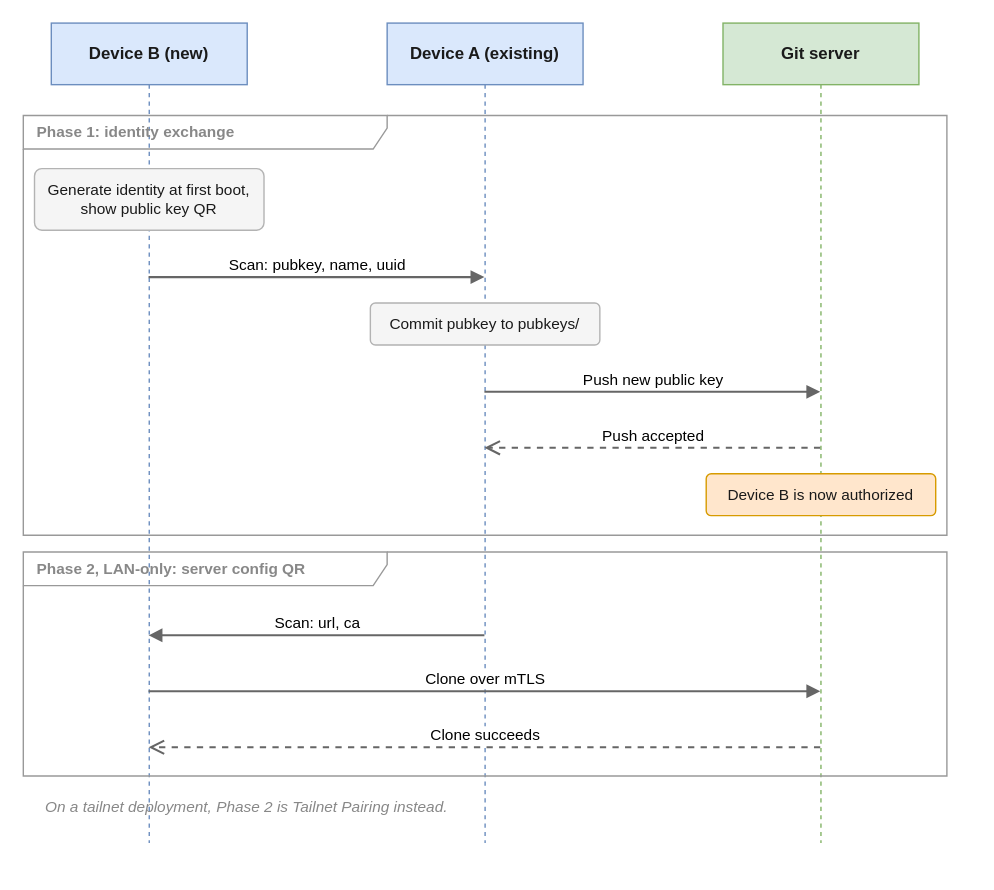
The draw.io diagram docs/docs/gitdb/device-onboarding/device-linking.drawio.svg in mr-andreas/replycant, before a commit. Source tidied: cells renumbered, new cells last; positions are measured from the earlier drawing's top-left corner, leaving out a move shared by most shapes. Its diagram source:
```xml
<mxGraphModel background="#ffffff">
  <root>
    <mxCell id="0" />
    <mxCell id="1" parent="0" />
    <mxCell id="2" value="Device B (new)" style="shape=umlLifeline;perimeter=lifelinePerimeter;whiteSpace=wrap;html=1;size=44;fillColor=#dae8fc;strokeColor=#6c8ebf;fontColor=#1a1a1a;fontStyle=1;fontSize=12;" parent="1" vertex="1">
      <mxGeometry x="20" width="140" height="586" as="geometry" />
    </mxCell>
    <mxCell id="3" value="Device A (existing)" style="shape=umlLifeline;perimeter=lifelinePerimeter;whiteSpace=wrap;html=1;size=44;fillColor=#dae8fc;strokeColor=#6c8ebf;fontColor=#1a1a1a;fontStyle=1;fontSize=12;" parent="1" vertex="1">
      <mxGeometry x="260" width="140" height="586" as="geometry" />
    </mxCell>
    <mxCell id="4" value="Git server" style="shape=umlLifeline;perimeter=lifelinePerimeter;whiteSpace=wrap;html=1;size=44;fillColor=#d5e8d4;strokeColor=#82b366;fontColor=#1a1a1a;fontStyle=1;fontSize=12;" parent="1" vertex="1">
      <mxGeometry x="500" width="140" height="586" as="geometry" />
    </mxCell>
    <mxCell id="5" value="Generate identity at first boot,&lt;br&gt;show public key QR" style="rounded=1;arcSize=12;whiteSpace=wrap;html=1;fillColor=#f5f5f5;strokeColor=#b3b3b3;fontColor=#1a1a1a;fontSize=11;" parent="1" vertex="1">
      <mxGeometry x="8" y="104" width="164" height="44" as="geometry" />
    </mxCell>
    <mxCell id="6" value="Scan: pubkey, name, uuid" style="html=1;verticalAlign=bottom;fontSize=11;labelBackgroundColor=default;strokeColor=#666666;strokeWidth=1.5;endArrow=block;endFill=1;" parent="1" edge="1">
      <mxGeometry relative="1" as="geometry">
        <mxPoint x="90" y="182" as="sourcePoint" />
        <mxPoint x="330" y="182" as="targetPoint" />
      </mxGeometry>
    </mxCell>
    <mxCell id="7" value="Commit pubkey to pubkeys/" style="rounded=1;arcSize=12;whiteSpace=wrap;html=1;fillColor=#f5f5f5;strokeColor=#b3b3b3;fontColor=#1a1a1a;fontSize=11;" parent="1" vertex="1">
      <mxGeometry x="248" y="200" width="164" height="30" as="geometry" />
    </mxCell>
    <mxCell id="8" value="Push new public key" style="html=1;verticalAlign=bottom;fontSize=11;labelBackgroundColor=default;strokeColor=#666666;strokeWidth=1.5;endArrow=block;endFill=1;" parent="1" edge="1">
      <mxGeometry relative="1" as="geometry">
        <mxPoint x="330" y="264" as="sourcePoint" />
        <mxPoint x="570" y="264" as="targetPoint" />
      </mxGeometry>
    </mxCell>
    <mxCell id="9" value="Push accepted" style="html=1;verticalAlign=bottom;fontSize=11;labelBackgroundColor=default;strokeColor=#666666;strokeWidth=1.5;dashed=1;endArrow=open;endSize=8;" parent="1" edge="1">
      <mxGeometry relative="1" as="geometry">
        <mxPoint x="570" y="304" as="sourcePoint" />
        <mxPoint x="330" y="304" as="targetPoint" />
      </mxGeometry>
    </mxCell>
    <mxCell id="10" value="Device B is now authorized" style="rounded=1;arcSize=12;whiteSpace=wrap;html=1;fillColor=#ffe6cc;strokeColor=#d79b00;fontColor=#1a1a1a;fontSize=11;" parent="1" vertex="1">
      <mxGeometry x="488" y="322" width="164" height="30" as="geometry" />
    </mxCell>
    <mxCell id="11" value="Phase 1: identity exchange" style="shape=umlFrame;whiteSpace=wrap;html=1;width=260;height=24;fillColor=none;strokeColor=#999999;fontColor=#888888;fontSize=11;fontStyle=1;align=left;spacingLeft=8;" parent="1" vertex="1">
      <mxGeometry y="66" width="660" height="300" as="geometry" />
    </mxCell>
    <mxCell id="12" value="Scan: url, ca" style="html=1;verticalAlign=bottom;fontSize=11;labelBackgroundColor=default;strokeColor=#666666;strokeWidth=1.5;endArrow=block;endFill=1;" parent="1" edge="1">
      <mxGeometry relative="1" as="geometry">
        <mxPoint x="330" y="438" as="sourcePoint" />
        <mxPoint x="90" y="438" as="targetPoint" />
      </mxGeometry>
    </mxCell>
    <mxCell id="13" value="Clone over mTLS" style="html=1;verticalAlign=bottom;fontSize=11;labelBackgroundColor=default;strokeColor=#666666;strokeWidth=1.5;endArrow=block;endFill=1;" parent="1" edge="1">
      <mxGeometry relative="1" as="geometry">
        <mxPoint x="90" y="478" as="sourcePoint" />
        <mxPoint x="570" y="478" as="targetPoint" />
      </mxGeometry>
    </mxCell>
    <mxCell id="14" value="Clone succeeds" style="html=1;verticalAlign=bottom;fontSize=11;labelBackgroundColor=default;strokeColor=#666666;strokeWidth=1.5;dashed=1;endArrow=open;endSize=8;" parent="1" edge="1">
      <mxGeometry relative="1" as="geometry">
        <mxPoint x="570" y="518" as="sourcePoint" />
        <mxPoint x="90" y="518" as="targetPoint" />
      </mxGeometry>
    </mxCell>
    <mxCell id="15" value="Phase 2, LAN-only: server config QR" style="shape=umlFrame;whiteSpace=wrap;html=1;width=260;height=24;fillColor=none;strokeColor=#999999;fontColor=#888888;fontSize=11;fontStyle=1;align=left;spacingLeft=8;" parent="1" vertex="1">
      <mxGeometry y="378" width="660" height="160" as="geometry" />
    </mxCell>
    <mxCell id="16" value="On a tailnet deployment, Phase 2 is Tailnet Pairing instead." style="text;html=1;align=left;verticalAlign=middle;fontSize=11;fontStyle=2;fontColor=#888888;" parent="1" vertex="1">
      <mxGeometry x="14" y="550" width="632" height="20" as="geometry" />
    </mxCell>
  </root>
</mxGraphModel>
```
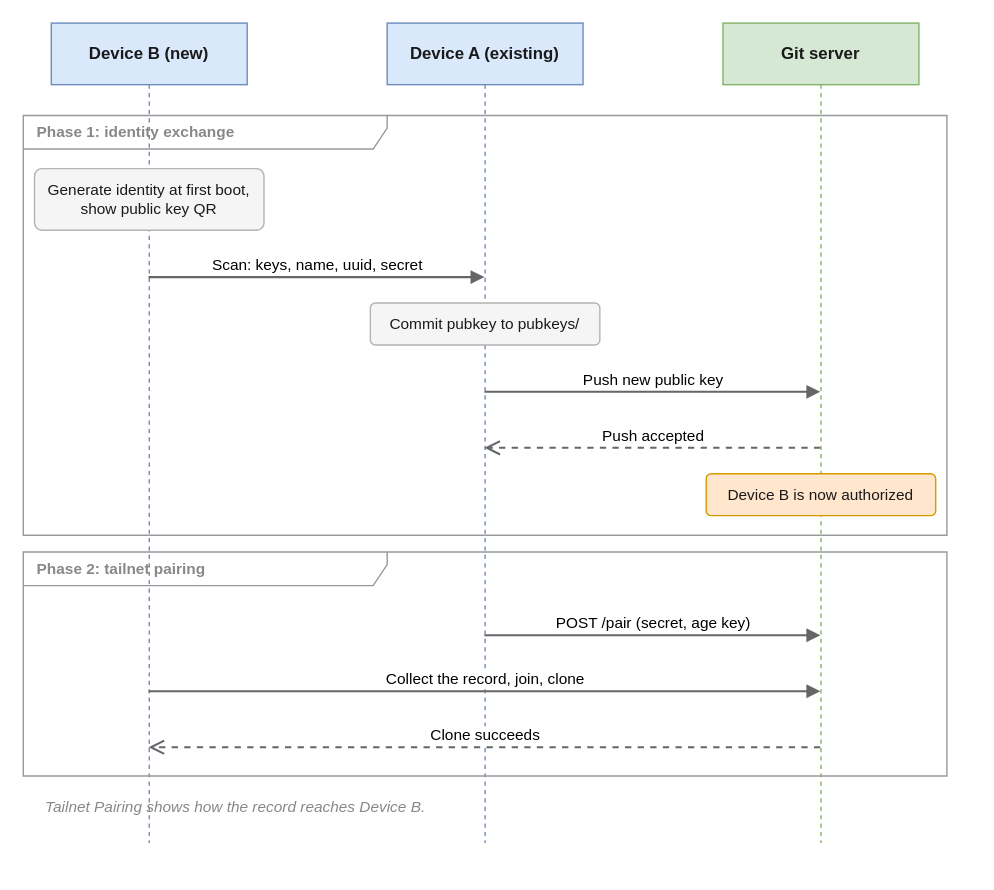
After the change.

Commit message:
Document tailnet-only onboarding

Change to the diagram source:
```diff
@@ -14,7 +14,7 @@
     <mxCell id="5" value="Generate identity at first boot,&lt;br&gt;show public key QR" style="rounded=1;arcSize=12;whiteSpace=wrap;html=1;fillColor=#f5f5f5;strokeColor=#b3b3b3;fontColor=#1a1a1a;fontSize=11;" parent="1" vertex="1">
       <mxGeometry x="8" y="104" width="164" height="44" as="geometry" />
     </mxCell>
-    <mxCell id="6" value="Scan: pubkey, name, uuid" style="html=1;verticalAlign=bottom;fontSize=11;labelBackgroundColor=default;strokeColor=#666666;strokeWidth=1.5;endArrow=block;endFill=1;" parent="1" edge="1">
+    <mxCell id="6" value="Scan: keys, name, uuid, secret" style="html=1;verticalAlign=bottom;fontSize=11;labelBackgroundColor=default;strokeColor=#666666;strokeWidth=1.5;endArrow=block;endFill=1;" parent="1" edge="1">
       <mxGeometry relative="1" as="geometry">
         <mxPoint x="90" y="182" as="sourcePoint" />
         <mxPoint x="330" y="182" as="targetPoint" />
@@ -41,13 +41,13 @@
     <mxCell id="11" value="Phase 1: identity exchange" style="shape=umlFrame;whiteSpace=wrap;html=1;width=260;height=24;fillColor=none;strokeColor=#999999;fontColor=#888888;fontSize=11;fontStyle=1;align=left;spacingLeft=8;" parent="1" vertex="1">
       <mxGeometry y="66" width="660" height="300" as="geometry" />
     </mxCell>
-    <mxCell id="12" value="Scan: url, ca" style="html=1;verticalAlign=bottom;fontSize=11;labelBackgroundColor=default;strokeColor=#666666;strokeWidth=1.5;endArrow=block;endFill=1;" parent="1" edge="1">
+    <mxCell id="12" value="POST /pair (secret, age key)" style="html=1;verticalAlign=bottom;fontSize=11;labelBackgroundColor=default;strokeColor=#666666;strokeWidth=1.5;endArrow=block;endFill=1;" parent="1" edge="1">
       <mxGeometry relative="1" as="geometry">
         <mxPoint x="330" y="438" as="sourcePoint" />
-        <mxPoint x="90" y="438" as="targetPoint" />
+        <mxPoint x="570" y="438" as="targetPoint" />
       </mxGeometry>
     </mxCell>
-    <mxCell id="13" value="Clone over mTLS" style="html=1;verticalAlign=bottom;fontSize=11;labelBackgroundColor=default;strokeColor=#666666;strokeWidth=1.5;endArrow=block;endFill=1;" parent="1" edge="1">
+    <mxCell id="13" value="Collect the record, join, clone" style="html=1;verticalAlign=bottom;fontSize=11;labelBackgroundColor=default;strokeColor=#666666;strokeWidth=1.5;endArrow=block;endFill=1;" parent="1" edge="1">
       <mxGeometry relative="1" as="geometry">
         <mxPoint x="90" y="478" as="sourcePoint" />
         <mxPoint x="570" y="478" as="targetPoint" />
@@ -59,10 +59,10 @@
         <mxPoint x="90" y="518" as="targetPoint" />
       </mxGeometry>
     </mxCell>
-    <mxCell id="15" value="Phase 2, LAN-only: server config QR" style="shape=umlFrame;whiteSpace=wrap;html=1;width=260;height=24;fillColor=none;strokeColor=#999999;fontColor=#888888;fontSize=11;fontStyle=1;align=left;spacingLeft=8;" parent="1" vertex="1">
+    <mxCell id="15" value="Phase 2: tailnet pairing" style="shape=umlFrame;whiteSpace=wrap;html=1;width=260;height=24;fillColor=none;strokeColor=#999999;fontColor=#888888;fontSize=11;fontStyle=1;align=left;spacingLeft=8;" parent="1" vertex="1">
       <mxGeometry y="378" width="660" height="160" as="geometry" />
     </mxCell>
-    <mxCell id="16" value="On a tailnet deployment, Phase 2 is Tailnet Pairing instead." style="text;html=1;align=left;verticalAlign=middle;fontSize=11;fontStyle=2;fontColor=#888888;" parent="1" vertex="1">
+    <mxCell id="16" value="Tailnet Pairing shows how the record reaches Device B." style="text;html=1;align=left;verticalAlign=middle;fontSize=11;fontStyle=2;fontColor=#888888;" parent="1" vertex="1">
       <mxGeometry x="14" y="550" width="632" height="20" as="geometry" />
     </mxCell>
   </root>
```
